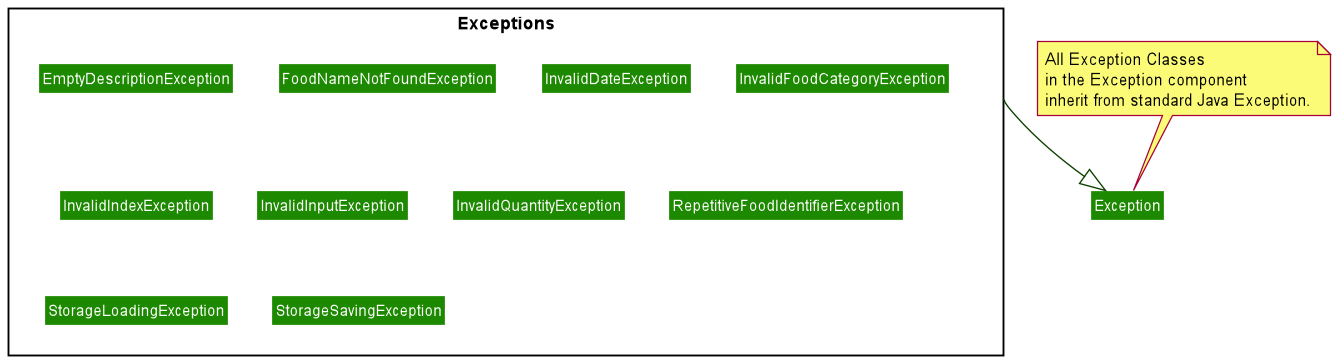
The PlantUML diagram docs/diagrams/diagram_images/ExceptionClassDiagram.png in nus-cs2113-AY2021S2/tp, before a commit.
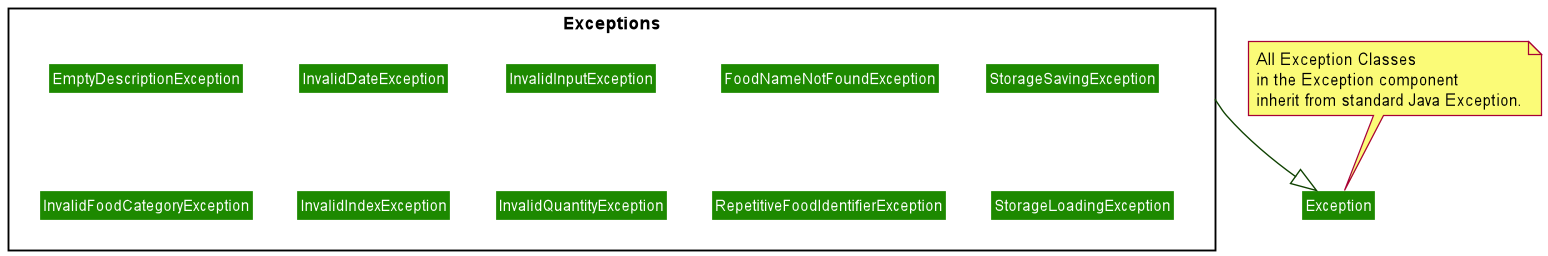
The same diagram one commit later.

Commit message:
Edit Exception Component

What changed in the source:
```diff
@@ -8,7 +8,6 @@
 
 
 package Exceptions <<Rectangle>> {
-    class EmptyDescriptionException
     class EmptyDescriptionException
     class FoodNameNotFoundException
     class InvalidDateException
@@ -22,7 +21,14 @@
 }
 
 Exceptions -down-|> Exception
+InvalidFoodCategoryException -up[hidden]-> EmptyDescriptionException
+InvalidIndexException -up[hidden]-> InvalidDateException
 
+InvalidQuantityException -up[hidden]-> InvalidInputException
+FoodNameNotFoundException -down[hidden]-> RepetitiveFoodIdentifierException
+StorageSavingException -down[hidden]->  StorageLoadingException
+StorageSavingException -left[hidden]-> FoodNameNotFoundException
 note top of Exception : All Exception Classes\nin the Exception component \ninherit from standard Java Exception.
 
+
 @enduml
```
